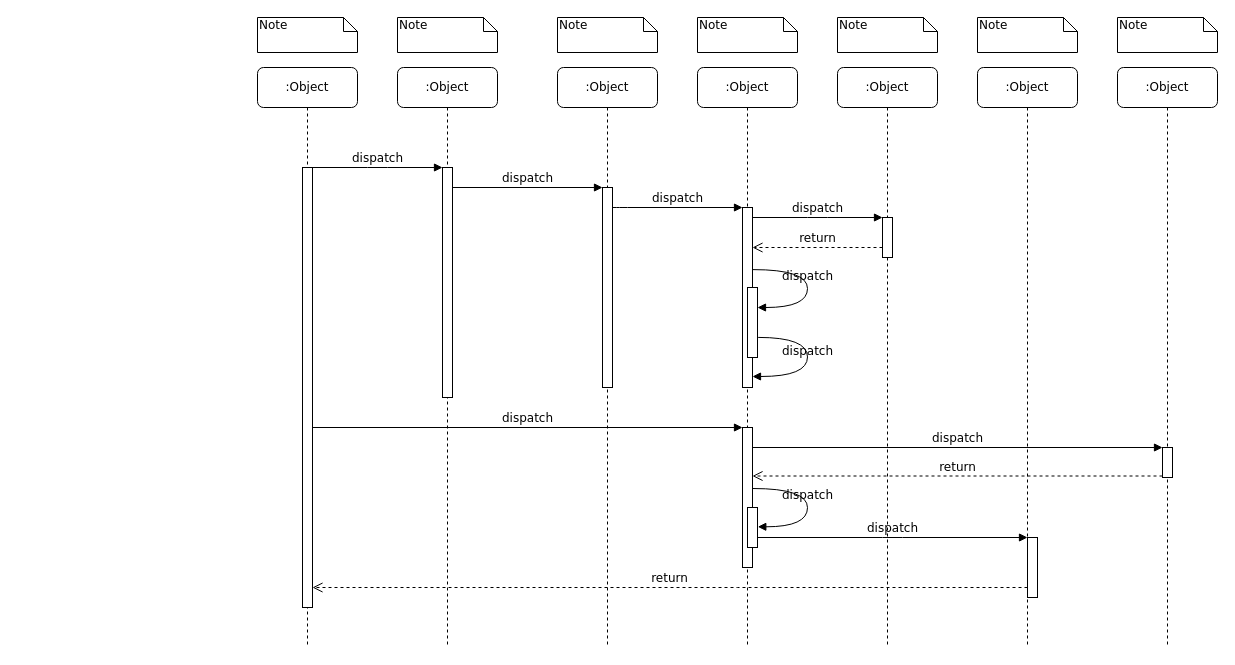
Earlier version of the draw.io diagram 机器人时序图.drawio (wangjie5540/drawio). Source tidied: cells renumbered, new cells numbered last; positions are measured from the earlier drawing's top-left corner, leaving out a move shared by most shapes. Both pictures are drawn from the tidied source at 100%, with x=0, y=0 at pixel (257, 17).
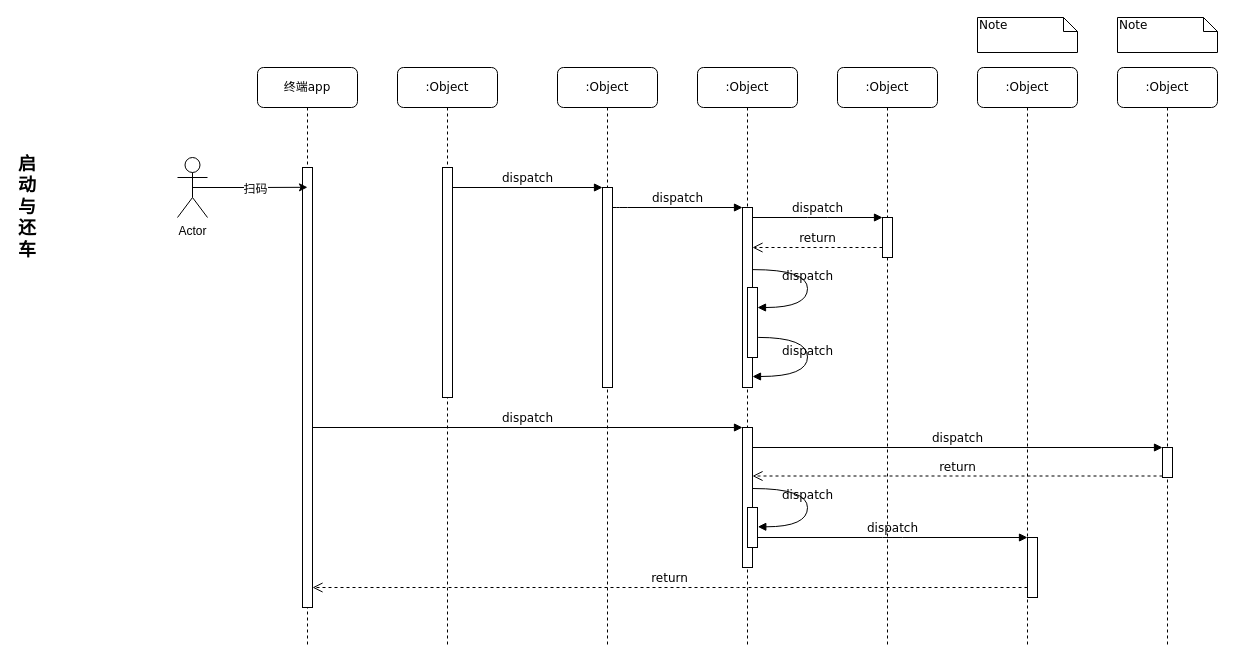
After the change.

Commit message:
更新机器人时序图.drawio

Unchanged cells that the change refers to:
```xml
<mxCell id="3" style="html=1;points=[];perimeter=orthogonalPerimeter;rounded=0;shadow=0;comic=0;labelBackgroundColor=none;strokeWidth=1;fontFamily=Verdana;fontSize=12;align=center;" parent="2" vertex="1">
  <mxGeometry x="45" y="100" width="10" height="230" as="geometry" />
</mxCell>
<mxCell id="11" style="html=1;points=[];perimeter=orthogonalPerimeter;rounded=0;shadow=0;comic=0;labelBackgroundColor=none;strokeWidth=1;fontFamily=Verdana;fontSize=12;align=center;" parent="10" vertex="1">
  <mxGeometry x="45" y="100" width="10" height="440" as="geometry" />
</mxCell>
```

Diff of the diagram source:
```diff
@@
-    <mxCell id="10" value=":Object" style="shape=umlLifeline;perimeter=lifelinePerimeter;whiteSpace=wrap;html=1;rounded=1;shadow=0;comic=0;labelBackgroundColor=none;strokeWidth=1;fontFamily=Verdana;fontSize=12;align=center;" parent="1" vertex="1">
+    <mxCell id="10" value="终端app" style="shape=umlLifeline;perimeter=lifelinePerimeter;whiteSpace=wrap;html=1;rounded=1;shadow=0;comic=0;labelBackgroundColor=none;strokeWidth=1;fontFamily=Verdana;fontSize=12;align=center;" parent="1" vertex="1">
       <mxGeometry y="50" width="100" height="580" as="geometry" />
     </mxCell>
@@
-    <mxCell id="25" value="dispatch" style="html=1;verticalAlign=bottom;endArrow=block;entryX=0;entryY=0;labelBackgroundColor=none;fontFamily=Verdana;fontSize=12;edgeStyle=elbowEdgeStyle;elbow=vertical;" parent="1" edge="1" source="11" target="3">
-      <mxGeometry relative="1" as="geometry" />
-    </mxCell>
@@
-    <mxCell id="32" value="Note" style="shape=note;whiteSpace=wrap;html=1;size=14;verticalAlign=top;align=left;spacingTop=-6;rounded=0;shadow=0;comic=0;labelBackgroundColor=none;strokeWidth=1;fontFamily=Verdana;fontSize=12;" parent="1" vertex="1">
-      <mxGeometry width="100" height="35" as="geometry" />
-    </mxCell>
-    <mxCell id="33" value="Note" style="shape=note;whiteSpace=wrap;html=1;size=14;verticalAlign=top;align=left;spacingTop=-6;rounded=0;shadow=0;comic=0;labelBackgroundColor=none;strokeWidth=1;fontFamily=Verdana;fontSize=12;" parent="1" vertex="1">
-      <mxGeometry x="140" width="100" height="35" as="geometry" />
-    </mxCell>
-    <mxCell id="34" value="Note" style="shape=note;whiteSpace=wrap;html=1;size=14;verticalAlign=top;align=left;spacingTop=-6;rounded=0;shadow=0;comic=0;labelBackgroundColor=none;strokeWidth=1;fontFamily=Verdana;fontSize=12;" parent="1" vertex="1">
-      <mxGeometry x="300" width="100" height="35" as="geometry" />
-    </mxCell>
-    <mxCell id="35" value="Note" style="shape=note;whiteSpace=wrap;html=1;size=14;verticalAlign=top;align=left;spacingTop=-6;rounded=0;shadow=0;comic=0;labelBackgroundColor=none;strokeWidth=1;fontFamily=Verdana;fontSize=12;" parent="1" vertex="1">
-      <mxGeometry x="440" width="100" height="35" as="geometry" />
-    </mxCell>
-    <mxCell id="36" value="Note" style="shape=note;whiteSpace=wrap;html=1;size=14;verticalAlign=top;align=left;spacingTop=-6;rounded=0;shadow=0;comic=0;labelBackgroundColor=none;strokeWidth=1;fontFamily=Verdana;fontSize=12;" parent="1" vertex="1">
-      <mxGeometry x="580" width="100" height="35" as="geometry" />
-    </mxCell>
@@
+    <mxCell id="39" style="edgeStyle=orthogonalEdgeStyle;rounded=0;jettySize=auto;html=1;exitX=0.5;exitY=0.5;exitDx=0;exitDy=0;exitPerimeter=0;entryX=0.5;entryY=0.045;entryDx=0;entryDy=0;entryPerimeter=0;" parent="1" edge="1" source="41" target="11">
+      <mxGeometry relative="1" as="geometry" />
+    </mxCell>
+    <mxCell id="40" value="扫码" style="text;html=1;align=center;verticalAlign=middle;labelBackgroundColor=#ffffff;" parent="39" vertex="1">
+      <mxGeometry x="0.08" y="-1" relative="1" as="geometry" />
+    </mxCell>
+    <mxCell id="41" value="Actor" style="shape=umlActor;verticalLabelPosition=bottom;labelBackgroundColor=#ffffff;verticalAlign=top;html=1;outlineConnect=0;" parent="1" vertex="1">
+      <mxGeometry x="-80" y="140" width="30" height="60" as="geometry" />
+    </mxCell>
+    <mxCell id="42" value="&lt;font style=&quot;font-size: 18px&quot;&gt;&lt;b&gt;启动与还车&lt;/b&gt;&lt;/font&gt;" style="text;html=1;strokeColor=none;fillColor=none;align=center;verticalAlign=middle;whiteSpace=wrap;rounded=0;" parent="1" vertex="1">
+      <mxGeometry x="-240" y="130" width="20" height="120" as="geometry" />
+    </mxCell>
```
